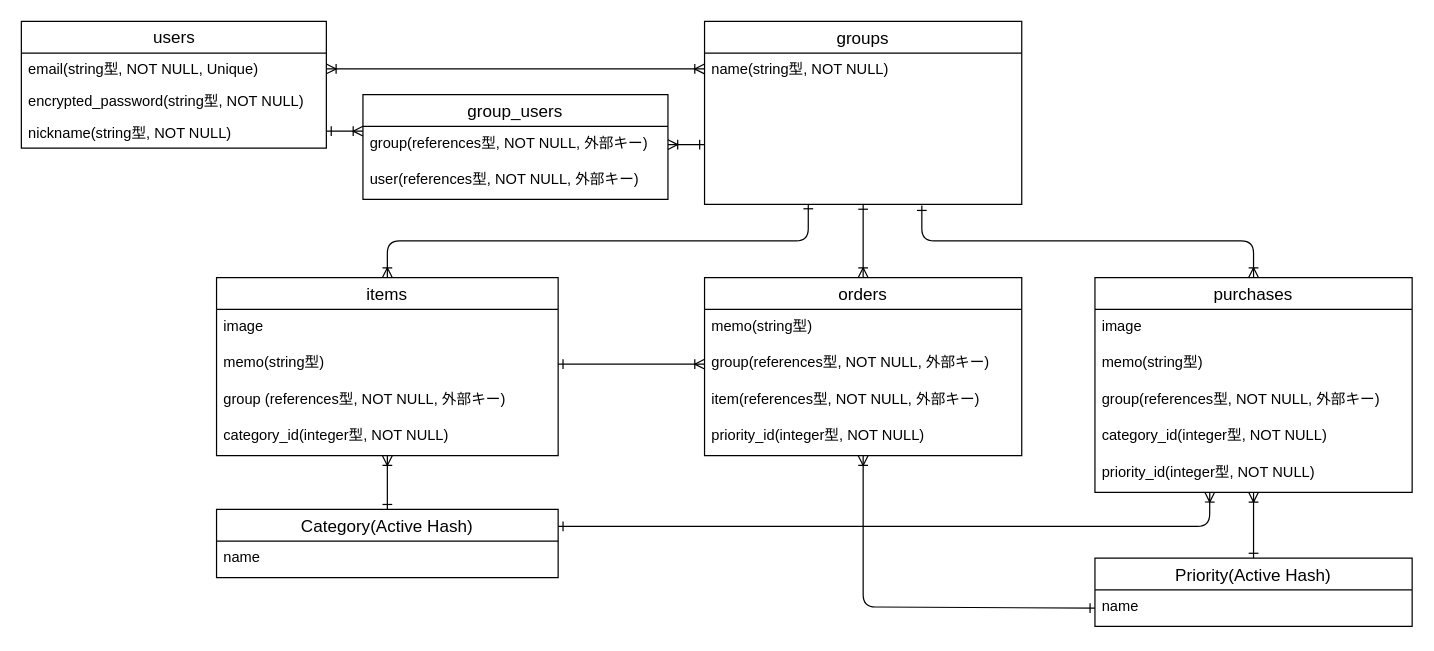
Before: kauzoh.drawio in komafuji820/kauzoh, a draw.io diagram. Source tidied: cells renumbered, new cells numbered last; positions are measured from the earlier drawing's top-left corner, leaving out a move shared by most shapes. Both pictures are drawn from the tidied source at 122%, with x=0, y=0 at pixel (21, 21).
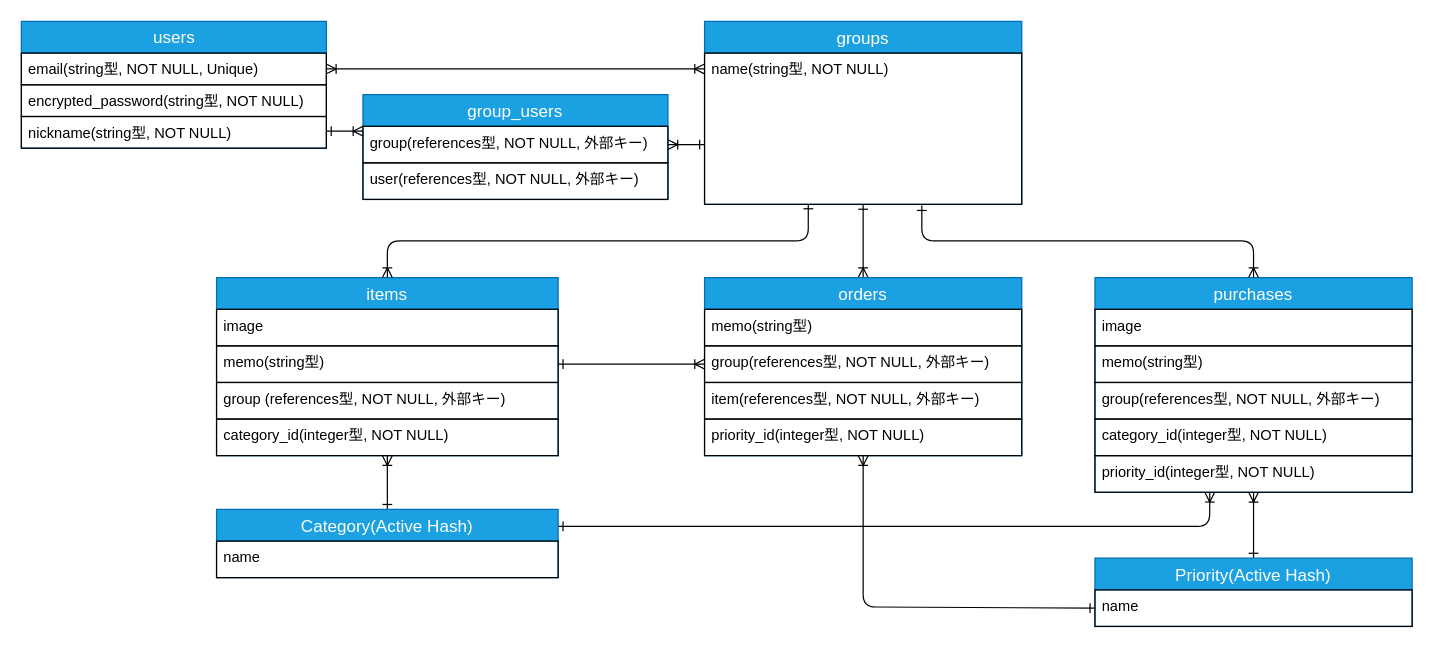
The same diagram, later.

Diff of the diagram source:
```diff
@@
-<mxGraphModel>
+<mxGraphModel background="#ffffff">
@@
-    <mxCell id="2" value="&lt;font style=&quot;font-size: 14px;&quot;&gt;users&lt;/font&gt;" style="swimlane;fontStyle=0;horizontal=1;startSize=26;fillColor=none;html=1;" parent="1" vertex="1">
+    <mxCell id="2" value="&lt;font style=&quot;font-size: 14px;&quot;&gt;users&lt;/font&gt;" style="swimlane;fontStyle=0;horizontal=1;startSize=26;fillColor=#1ba1e2;html=1;fontColor=#ffffff;strokeColor=#006EAF;" parent="1" vertex="1">
       <mxGeometry width="250" height="104" as="geometry" />
     </mxCell>
-    <mxCell id="3" value="email(string型, NOT NULL, Unique)" style="text;strokeColor=none;fillColor=none;align=left;verticalAlign=top;spacingLeft=4;spacingRight=4;overflow=hidden;points=[[0,0.5],[1,0.5]];portConstraint=eastwest;whiteSpace=wrap;html=1;" parent="2" vertex="1">
+    <mxCell id="3" value="email(string型, NOT NULL, Unique)" style="text;strokeColor=#000000;fillColor=none;align=left;verticalAlign=top;spacingLeft=4;spacingRight=4;overflow=hidden;points=[[0,0.5],[1,0.5]];portConstraint=eastwest;whiteSpace=wrap;html=1;fontColor=#000000;" parent="2" vertex="1">
       <mxGeometry y="26" width="250" height="26" as="geometry" />
     </mxCell>
-    <mxCell id="4" value="encrypted_password(string型, NOT NULL)" style="text;strokeColor=none;fillColor=none;align=left;verticalAlign=top;spacingLeft=4;spacingRight=4;overflow=hidden;whiteSpace=wrap;html=1;" parent="2" vertex="1">
+    <mxCell id="4" value="encrypted_password(string型, NOT NULL)" style="text;strokeColor=#000000;fillColor=none;align=left;verticalAlign=top;spacingLeft=4;spacingRight=4;overflow=hidden;whiteSpace=wrap;html=1;fontColor=#000000;" parent="2" vertex="1">
       <mxGeometry y="52" width="250" height="26" as="geometry" />
     </mxCell>
-    <mxCell id="5" value="nickname(string型, NOT NULL)" style="text;strokeColor=none;fillColor=none;align=left;verticalAlign=top;spacingLeft=4;spacingRight=4;overflow=hidden;whiteSpace=wrap;html=1;" parent="2" vertex="1">
+    <mxCell id="5" value="nickname(string型, NOT NULL)" style="text;strokeColor=#000000;fillColor=none;align=left;verticalAlign=top;spacingLeft=4;spacingRight=4;overflow=hidden;whiteSpace=wrap;html=1;fontColor=#000000;" parent="2" vertex="1">
       <mxGeometry y="78" width="250" height="26" as="geometry" />
     </mxCell>
-    <mxCell id="6" value="group_users" style="swimlane;fontStyle=0;horizontal=1;startSize=26;align=center;fontSize=14;" parent="1" vertex="1">
+    <mxCell id="6" value="group_users" style="swimlane;fontStyle=0;horizontal=1;startSize=26;align=center;fontSize=14;strokeColor=#006EAF;fillColor=#1ba1e2;fontColor=#ffffff;" parent="1" vertex="1">
       <mxGeometry x="280" y="60" width="250" height="86" as="geometry" />
     </mxCell>
-    <mxCell id="7" value="group(references型, NOT NULL, 外部キー)" style="text;strokeColor=none;fillColor=none;spacingLeft=4;spacingRight=4;overflow=hidden;points=[[0,0.5],[1,0.5]];portConstraint=eastwest;fontSize=12;" parent="6" vertex="1">
+    <mxCell id="7" value="group(references型, NOT NULL, 外部キー)" style="text;strokeColor=#000000;fillColor=none;spacingLeft=4;spacingRight=4;overflow=hidden;points=[[0,0.5],[1,0.5]];portConstraint=eastwest;fontSize=12;fontColor=#000000;" parent="6" vertex="1">
       <mxGeometry y="26" width="250" height="30" as="geometry" />
     </mxCell>
-    <mxCell id="8" value="user(references型, NOT NULL, 外部キー)" style="text;strokeColor=none;fillColor=none;spacingLeft=4;spacingRight=4;overflow=hidden;fontSize=12;" parent="6" vertex="1">
+    <mxCell id="8" value="user(references型, NOT NULL, 外部キー)" style="text;strokeColor=#000000;fillColor=none;spacingLeft=4;spacingRight=4;overflow=hidden;fontSize=12;fontColor=#000000;" parent="6" vertex="1">
       <mxGeometry y="56" width="250" height="30" as="geometry" />
     </mxCell>
-    <mxCell id="9" value="groups" style="swimlane;fontStyle=0;horizontal=1;startSize=26;align=center;fontSize=14;" parent="1" vertex="1">
+    <mxCell id="9" value="groups" style="swimlane;fontStyle=0;horizontal=1;startSize=26;align=center;fontSize=14;fontColor=#ffffff;strokeColor=#006EAF;fillColor=#1ba1e2;" parent="1" vertex="1">
       <mxGeometry x="560" width="260" height="150" as="geometry" />
     </mxCell>
-    <mxCell id="10" value="name(string型, NOT NULL)" style="text;strokeColor=none;fillColor=none;spacingLeft=4;spacingRight=4;overflow=hidden;points=[[0,0.5],[1,0.5]];portConstraint=eastwest;fontSize=12;" parent="9" vertex="1">
+    <mxCell id="10" value="name(string型, NOT NULL)" style="text;strokeColor=#000000;fillColor=none;spacingLeft=4;spacingRight=4;overflow=hidden;points=[[0,0.5],[1,0.5]];portConstraint=eastwest;fontSize=12;fontColor=#000000;" parent="9" vertex="1">
       <mxGeometry y="26" width="260" height="124" as="geometry" />
     </mxCell>
-    <mxCell id="11" style="edgeStyle=entityRelationEdgeStyle;html=1;exitX=1;exitY=0.5;exitDx=0;exitDy=0;entryX=0;entryY=0.105;entryDx=0;entryDy=0;entryPerimeter=0;startArrow=ERoneToMany;startFill=0;endArrow=ERoneToMany;endFill=0;" parent="1" edge="1" source="3" target="10">
+    <mxCell id="11" style="edgeStyle=entityRelationEdgeStyle;html=1;exitX=1;exitY=0.5;exitDx=0;exitDy=0;entryX=0;entryY=0.105;entryDx=0;entryDy=0;entryPerimeter=0;startArrow=ERoneToMany;startFill=0;endArrow=ERoneToMany;endFill=0;fontColor=#000000;strokeColor=#000000;" parent="1" edge="1" source="3" target="10">
       <mxGeometry relative="1" as="geometry" />
     </mxCell>
-    <mxCell id="12" style="edgeStyle=none;html=1;startArrow=ERoneToMany;startFill=0;endArrow=ERone;endFill=0;exitX=0.5;exitY=0;exitDx=0;exitDy=0;" parent="1" edge="1" source="13" target="10">
+    <mxCell id="12" style="edgeStyle=none;html=1;startArrow=ERoneToMany;startFill=0;endArrow=ERone;endFill=0;exitX=0.5;exitY=0;exitDx=0;exitDy=0;fontColor=#000000;strokeColor=#000000;" parent="1" edge="1" source="13" target="10">
       <mxGeometry relative="1" as="geometry" />
     </mxCell>
-    <mxCell id="13" value="orders" style="swimlane;fontStyle=0;horizontal=1;startSize=26;align=center;fontSize=14;" parent="1" vertex="1">
+    <mxCell id="13" value="orders" style="swimlane;fontStyle=0;horizontal=1;startSize=26;align=center;fontSize=14;fontColor=#ffffff;strokeColor=#006EAF;fillColor=#1ba1e2;" parent="1" vertex="1">
       <mxGeometry x="560" y="210" width="260" height="146" as="geometry" />
     </mxCell>
-    <mxCell id="14" value="memo(string型)" style="text;strokeColor=none;fillColor=none;spacingLeft=4;spacingRight=4;overflow=hidden;fontSize=12;" parent="13" vertex="1">
+    <mxCell id="14" value="memo(string型)" style="text;strokeColor=#000000;fillColor=none;spacingLeft=4;spacingRight=4;overflow=hidden;fontSize=12;fontColor=#000000;" parent="13" vertex="1">
       <mxGeometry y="26" width="260" height="30" as="geometry" />
     </mxCell>
-    <mxCell id="15" value="group(references型, NOT NULL, 外部キー)" style="text;strokeColor=none;fillColor=none;spacingLeft=4;spacingRight=4;overflow=hidden;points=[[0,0.5],[1,0.5]];portConstraint=eastwest;fontSize=12;" parent="13" vertex="1">
+    <mxCell id="15" value="group(references型, NOT NULL, 外部キー)" style="text;strokeColor=#000000;fillColor=none;spacingLeft=4;spacingRight=4;overflow=hidden;points=[[0,0.5],[1,0.5]];portConstraint=eastwest;fontSize=12;fontColor=#000000;" parent="13" vertex="1">
       <mxGeometry y="56" width="260" height="30" as="geometry" />
     </mxCell>
-    <mxCell id="16" value="item(references型, NOT NULL, 外部キー)" style="text;strokeColor=none;fillColor=none;spacingLeft=4;spacingRight=4;overflow=hidden;fontSize=12;" parent="13" vertex="1">
+    <mxCell id="16" value="item(references型, NOT NULL, 外部キー)" style="text;strokeColor=#000000;fillColor=none;spacingLeft=4;spacingRight=4;overflow=hidden;fontSize=12;fontColor=#000000;" parent="13" vertex="1">
       <mxGeometry y="86" width="260" height="30" as="geometry" />
     </mxCell>
-    <mxCell id="17" value="priority_id(integer型, NOT NULL)&#10;" style="text;strokeColor=none;fillColor=none;spacingLeft=4;spacingRight=4;overflow=hidden;points=[[0,0.5],[1,0.5]];portConstraint=eastwest;fontSize=12;" parent="13" vertex="1">
+    <mxCell id="17" value="priority_id(integer型, NOT NULL)&#10;" style="text;strokeColor=#000000;fillColor=none;spacingLeft=4;spacingRight=4;overflow=hidden;points=[[0,0.5],[1,0.5]];portConstraint=eastwest;fontSize=12;fontColor=#000000;" parent="13" vertex="1">
       <mxGeometry y="116" width="260" height="30" as="geometry" />
     </mxCell>
-    <mxCell id="18" style="edgeStyle=none;html=1;fontSize=14;startArrow=ERone;startFill=0;endArrow=ERoneToMany;endFill=0;exitX=0;exitY=0.5;exitDx=0;exitDy=0;" parent="1" edge="1" source="40" target="17">
+    <mxCell id="18" style="edgeStyle=none;html=1;fontSize=14;startArrow=ERone;startFill=0;endArrow=ERoneToMany;endFill=0;exitX=0;exitY=0.5;exitDx=0;exitDy=0;fontColor=#000000;strokeColor=#000000;" parent="1" edge="1" source="40" target="17">
       <mxGeometry relative="1" as="geometry">
         <Array as="points">
           <mxPoint x="690" y="480" />
         </Array>
       </mxGeometry>
     </mxCell>
-    <mxCell id="19" value="items" style="swimlane;fontStyle=0;horizontal=1;startSize=26;align=center;fontSize=14;" parent="1" vertex="1">
+    <mxCell id="19" value="items" style="swimlane;fontStyle=0;horizontal=1;startSize=26;align=center;fontSize=14;fontColor=#ffffff;strokeColor=#006EAF;fillColor=#1ba1e2;" parent="1" vertex="1">
       <mxGeometry x="160" y="210" width="280" height="146" as="geometry" />
     </mxCell>
-    <mxCell id="20" value="image" style="text;strokeColor=none;fillColor=none;spacingLeft=4;spacingRight=4;overflow=hidden;fontSize=12;" parent="19" vertex="1">
+    <mxCell id="20" value="image" style="text;strokeColor=#000000;fillColor=none;spacingLeft=4;spacingRight=4;overflow=hidden;fontSize=12;fontColor=#000000;" parent="19" vertex="1">
       <mxGeometry y="26" width="280" height="30" as="geometry" />
     </mxCell>
-    <mxCell id="21" value="memo(string型)" style="text;strokeColor=none;fillColor=none;spacingLeft=4;spacingRight=4;overflow=hidden;points=[[0,0.5],[1,0.5]];portConstraint=eastwest;fontSize=12;" parent="19" vertex="1">
+    <mxCell id="21" value="memo(string型)" style="text;strokeColor=#000000;fillColor=none;spacingLeft=4;spacingRight=4;overflow=hidden;points=[[0,0.5],[1,0.5]];portConstraint=eastwest;fontSize=12;fontColor=#000000;" parent="19" vertex="1">
       <mxGeometry y="56" width="280" height="30" as="geometry" />
     </mxCell>
-    <mxCell id="22" value="group (references型, NOT NULL, 外部キー)" style="text;strokeColor=none;fillColor=none;spacingLeft=4;spacingRight=4;overflow=hidden;fontSize=12;" parent="19" vertex="1">
+    <mxCell id="22" value="group (references型, NOT NULL, 外部キー)" style="text;strokeColor=#000000;fillColor=none;spacingLeft=4;spacingRight=4;overflow=hidden;fontSize=12;fontColor=#000000;" parent="19" vertex="1">
       <mxGeometry y="86" width="280" height="30" as="geometry" />
     </mxCell>
-    <mxCell id="23" value="category_id(integer型, NOT NULL)" style="text;strokeColor=none;fillColor=none;spacingLeft=4;spacingRight=4;overflow=hidden;points=[[0,0.5],[1,0.5]];portConstraint=eastwest;fontSize=12;" parent="19" vertex="1">
+    <mxCell id="23" value="category_id(integer型, NOT NULL)" style="text;strokeColor=#000000;fillColor=none;spacingLeft=4;spacingRight=4;overflow=hidden;points=[[0,0.5],[1,0.5]];portConstraint=eastwest;fontSize=12;fontColor=#000000;" parent="19" vertex="1">
       <mxGeometry y="116" width="280" height="30" as="geometry" />
     </mxCell>
-    <mxCell id="24" style="edgeStyle=none;html=1;startArrow=ERone;startFill=0;endArrow=ERoneToMany;endFill=0;" parent="1" edge="1" source="26" target="23">
+    <mxCell id="24" style="edgeStyle=none;html=1;startArrow=ERone;startFill=0;endArrow=ERoneToMany;endFill=0;fontColor=#000000;strokeColor=#000000;" parent="1" edge="1" source="26" target="23">
       <mxGeometry relative="1" as="geometry" />
     </mxCell>
-    <mxCell id="25" style="edgeStyle=none;html=1;exitX=1;exitY=0.25;exitDx=0;exitDy=0;startArrow=ERone;startFill=0;endArrow=ERoneToMany;endFill=0;entryX=0.362;entryY=1;entryDx=0;entryDy=0;entryPerimeter=0;" parent="1" edge="1" source="26" target="37">
+    <mxCell id="25" style="edgeStyle=none;html=1;exitX=1;exitY=0.25;exitDx=0;exitDy=0;startArrow=ERone;startFill=0;endArrow=ERoneToMany;endFill=0;entryX=0.362;entryY=1;entryDx=0;entryDy=0;entryPerimeter=0;fontColor=#000000;strokeColor=#000000;" parent="1" edge="1" source="26" target="37">
       <mxGeometry relative="1" as="geometry">
         <Array as="points">
           <mxPoint x="860" y="414" />
           <mxPoint x="974" y="414" />
         </Array>
       </mxGeometry>
     </mxCell>
-    <mxCell id="26" value="Category(Active Hash)" style="swimlane;fontStyle=0;horizontal=1;startSize=26;align=center;fontSize=14;" parent="1" vertex="1">
+    <mxCell id="26" value="Category(Active Hash)" style="swimlane;fontStyle=0;horizontal=1;startSize=26;align=center;fontSize=14;fontColor=#ffffff;strokeColor=#006EAF;fillColor=#1ba1e2;" parent="1" vertex="1">
       <mxGeometry x="160" y="400" width="280" height="56" as="geometry" />
     </mxCell>
-    <mxCell id="27" value="name" style="text;strokeColor=none;fillColor=none;spacingLeft=4;spacingRight=4;overflow=hidden;fontSize=12;" parent="26" vertex="1">
+    <mxCell id="27" value="name" style="text;strokeColor=#000000;fillColor=none;spacingLeft=4;spacingRight=4;overflow=hidden;fontSize=12;fontColor=#000000;" parent="26" vertex="1">
       <mxGeometry y="26" width="280" height="30" as="geometry" />
     </mxCell>
-    <mxCell id="28" style="edgeStyle=orthogonalEdgeStyle;html=1;exitX=0.327;exitY=0.997;exitDx=0;exitDy=0;entryX=0.5;entryY=0;entryDx=0;entryDy=0;startArrow=ERone;startFill=0;endArrow=ERoneToMany;endFill=0;exitPerimeter=0;" parent="1" edge="1" source="10" target="19">
+    <mxCell id="28" style="edgeStyle=orthogonalEdgeStyle;html=1;exitX=0.327;exitY=0.997;exitDx=0;exitDy=0;entryX=0.5;entryY=0;entryDx=0;entryDy=0;startArrow=ERone;startFill=0;endArrow=ERoneToMany;endFill=0;exitPerimeter=0;fontColor=#000000;strokeColor=#000000;" parent="1" edge="1" source="10" target="19">
       <mxGeometry relative="1" as="geometry" />
     </mxCell>
-    <mxCell id="29" style="edgeStyle=none;html=1;startArrow=ERoneToMany;startFill=0;endArrow=ERone;endFill=0;" parent="1" edge="1">
+    <mxCell id="29" style="edgeStyle=none;html=1;startArrow=ERoneToMany;startFill=0;endArrow=ERone;endFill=0;fontColor=#000000;strokeColor=#000000;" parent="1" edge="1">
       <mxGeometry relative="1" as="geometry">
         <mxPoint x="280" y="90" as="sourcePoint" />
         <mxPoint x="250" y="90" as="targetPoint" />
       </mxGeometry>
     </mxCell>
-    <mxCell id="30" style="edgeStyle=none;html=1;exitX=1;exitY=0.5;exitDx=0;exitDy=0;entryX=0;entryY=0.605;entryDx=0;entryDy=0;entryPerimeter=0;startArrow=ERoneToMany;startFill=0;endArrow=ERone;endFill=0;" parent="1" edge="1" source="7" target="10">
+    <mxCell id="30" style="edgeStyle=none;html=1;exitX=1;exitY=0.5;exitDx=0;exitDy=0;entryX=0;entryY=0.605;entryDx=0;entryDy=0;entryPerimeter=0;startArrow=ERoneToMany;startFill=0;endArrow=ERone;endFill=0;fontColor=#000000;strokeColor=#000000;" parent="1" edge="1" source="7" target="10">
       <mxGeometry relative="1" as="geometry" />
     </mxCell>
-    <mxCell id="31" style="edgeStyle=none;html=1;exitX=1;exitY=0.5;exitDx=0;exitDy=0;entryX=0;entryY=0.5;entryDx=0;entryDy=0;endArrow=ERoneToMany;endFill=0;startArrow=ERone;startFill=0;" parent="1" edge="1" source="21" target="15">
+    <mxCell id="31" style="edgeStyle=none;html=1;exitX=1;exitY=0.5;exitDx=0;exitDy=0;entryX=0;entryY=0.5;entryDx=0;entryDy=0;endArrow=ERoneToMany;endFill=0;startArrow=ERone;startFill=0;fontColor=#000000;strokeColor=#000000;" parent="1" edge="1" source="21" target="15">
       <mxGeometry relative="1" as="geometry" />
     </mxCell>
-    <mxCell id="32" value="purchases" style="swimlane;fontStyle=0;horizontal=1;startSize=26;align=center;fontSize=14;" parent="1" vertex="1">
+    <mxCell id="32" value="purchases" style="swimlane;fontStyle=0;horizontal=1;startSize=26;align=center;fontSize=14;fontColor=#ffffff;strokeColor=#006EAF;fillColor=#1ba1e2;" parent="1" vertex="1">
       <mxGeometry x="880" y="210" width="260" height="176" as="geometry" />
     </mxCell>
-    <mxCell id="33" value="image" style="text;strokeColor=none;fillColor=none;spacingLeft=4;spacingRight=4;overflow=hidden;fontSize=12;" parent="32" vertex="1">
+    <mxCell id="33" value="image" style="text;strokeColor=#000000;fillColor=none;spacingLeft=4;spacingRight=4;overflow=hidden;fontSize=12;fontColor=#000000;" parent="32" vertex="1">
       <mxGeometry y="26" width="260" height="30" as="geometry" />
     </mxCell>
-    <mxCell id="34" value="memo(string型)" style="text;strokeColor=none;fillColor=none;spacingLeft=4;spacingRight=4;overflow=hidden;fontSize=12;" parent="32" vertex="1">
+    <mxCell id="34" value="memo(string型)" style="text;strokeColor=#000000;fillColor=none;spacingLeft=4;spacingRight=4;overflow=hidden;fontSize=12;fontColor=#000000;" parent="32" vertex="1">
       <mxGeometry y="56" width="260" height="30" as="geometry" />
     </mxCell>
-    <mxCell id="35" value="group(references型, NOT NULL, 外部キー)" style="text;strokeColor=none;fillColor=none;spacingLeft=4;spacingRight=4;overflow=hidden;fontSize=12;" parent="32" vertex="1">
+    <mxCell id="35" value="group(references型, NOT NULL, 外部キー)" style="text;strokeColor=#000000;fillColor=none;spacingLeft=4;spacingRight=4;overflow=hidden;fontSize=12;fontColor=#000000;" parent="32" vertex="1">
       <mxGeometry y="86" width="260" height="30" as="geometry" />
     </mxCell>
-    <mxCell id="36" value="category_id(integer型, NOT NULL)" style="text;strokeColor=none;fillColor=none;spacingLeft=4;spacingRight=4;overflow=hidden;fontSize=12;" parent="32" vertex="1">
+    <mxCell id="36" value="category_id(integer型, NOT NULL)" style="text;strokeColor=#000000;fillColor=none;spacingLeft=4;spacingRight=4;overflow=hidden;fontSize=12;fontColor=#000000;" parent="32" vertex="1">
       <mxGeometry y="116" width="260" height="30" as="geometry" />
     </mxCell>
-    <mxCell id="37" value="priority_id(integer型, NOT NULL)&#10;" style="text;strokeColor=none;fillColor=none;spacingLeft=4;spacingRight=4;overflow=hidden;points=[[0,0.5],[1,0.5]];portConstraint=eastwest;fontSize=12;" parent="32" vertex="1">
+    <mxCell id="37" value="priority_id(integer型, NOT NULL)&#10;" style="text;strokeColor=#000000;fillColor=none;spacingLeft=4;spacingRight=4;overflow=hidden;points=[[0,0.5],[1,0.5]];portConstraint=eastwest;fontSize=12;fontColor=#000000;" parent="32" vertex="1">
       <mxGeometry y="146" width="260" height="30" as="geometry" />
     </mxCell>
-    <mxCell id="38" style="edgeStyle=none;html=1;exitX=0.5;exitY=0;exitDx=0;exitDy=0;entryX=0.5;entryY=1;entryDx=0;entryDy=0;entryPerimeter=0;startArrow=ERone;startFill=0;endArrow=ERoneToMany;endFill=0;" parent="1" edge="1" source="39" target="37">
+    <mxCell id="38" style="edgeStyle=none;html=1;exitX=0.5;exitY=0;exitDx=0;exitDy=0;entryX=0.5;entryY=1;entryDx=0;entryDy=0;entryPerimeter=0;startArrow=ERone;startFill=0;endArrow=ERoneToMany;endFill=0;fontColor=#000000;strokeColor=#000000;" parent="1" edge="1" source="39" target="37">
       <mxGeometry relative="1" as="geometry" />
     </mxCell>
-    <mxCell id="39" value="Priority(Active Hash)" style="swimlane;fontStyle=0;horizontal=1;startSize=26;align=center;fontSize=14;" parent="1" vertex="1">
+    <mxCell id="39" value="Priority(Active Hash)" style="swimlane;fontStyle=0;horizontal=1;startSize=26;align=center;fontSize=14;fontColor=#ffffff;strokeColor=#006EAF;fillColor=#1ba1e2;" parent="1" vertex="1">
       <mxGeometry x="880" y="440" width="260" height="56" as="geometry" />
     </mxCell>
-    <mxCell id="40" value="name" style="text;strokeColor=none;fillColor=none;spacingLeft=4;spacingRight=4;overflow=hidden;points=[[0,0.5],[1,0.5]];portConstraint=eastwest;fontSize=12;" parent="39" vertex="1">
+    <mxCell id="40" value="name" style="text;strokeColor=#000000;fillColor=none;spacingLeft=4;spacingRight=4;overflow=hidden;points=[[0,0.5],[1,0.5]];portConstraint=eastwest;fontSize=12;fontColor=#000000;" parent="39" vertex="1">
       <mxGeometry y="26" width="260" height="30" as="geometry" />
     </mxCell>
-    <mxCell id="41" style="edgeStyle=orthogonalEdgeStyle;html=1;exitX=0.685;exitY=1.008;exitDx=0;exitDy=0;entryX=0.5;entryY=0;entryDx=0;entryDy=0;startArrow=ERone;startFill=0;endArrow=ERoneToMany;endFill=0;exitPerimeter=0;" parent="1" edge="1" source="10" target="32">
+    <mxCell id="41" style="edgeStyle=orthogonalEdgeStyle;html=1;exitX=0.685;exitY=1.008;exitDx=0;exitDy=0;entryX=0.5;entryY=0;entryDx=0;entryDy=0;startArrow=ERone;startFill=0;endArrow=ERoneToMany;endFill=0;exitPerimeter=0;fontColor=#000000;strokeColor=#000000;" parent="1" edge="1" source="10" target="32">
       <mxGeometry relative="1" as="geometry">
         <Array as="points">
           <mxPoint x="738" y="180" />
           <mxPoint x="1010" y="180" />
         </Array>
       </mxGeometry>
     </mxCell>
```
